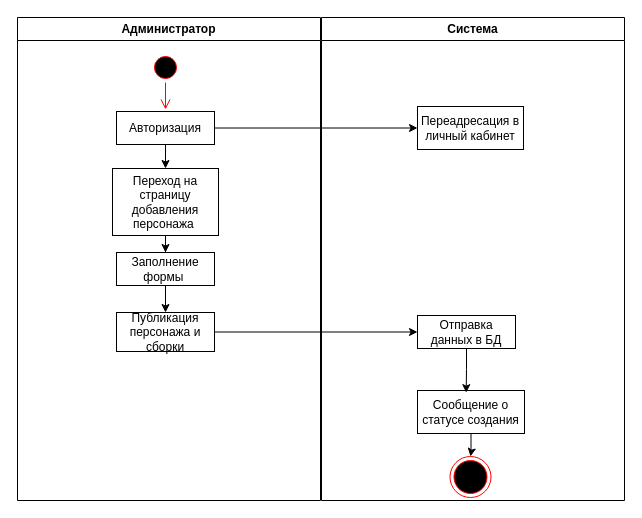
Earlier version of the draw.io diagram Деятельности.drawio (Tunez666/hsr). Source tidied: cells renumbered, new cells numbered last; positions are measured from the earlier drawing's top-left corner, leaving out a move shared by most shapes. Both pictures are drawn from the tidied source at 100%, with x=0, y=0 at pixel (17, 17).
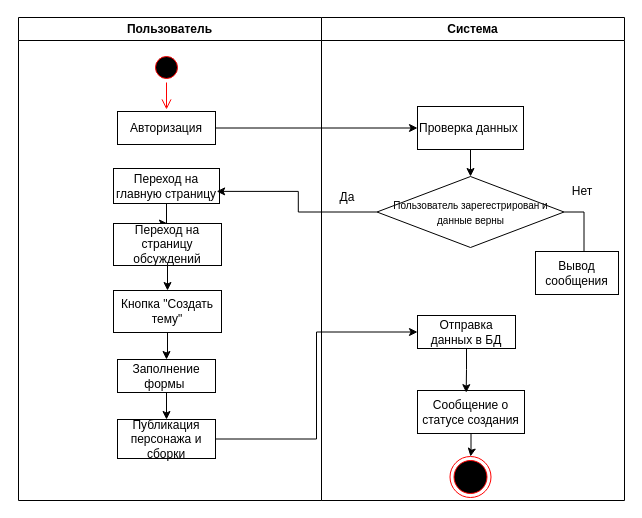
Above is the later version.

The change refers to these unchanged cells:
```xml
<mxCell id="6" value="Авторизация" style="rounded=0;whiteSpace=wrap;html=1;" parent="2" vertex="1">
  <mxGeometry x="99" y="94" width="98" height="33" as="geometry" />
</mxCell>
<mxCell id="12" value="Система" style="swimlane;whiteSpace=wrap;html=1;" parent="1" vertex="1">
  <mxGeometry x="304" width="303" height="483" as="geometry" />
</mxCell>
```

Diff of the diagram source:
```diff
@@
-    <mxCell id="2" value="Администратор" style="swimlane;whiteSpace=wrap;html=1;" parent="1" vertex="1">
-      <mxGeometry width="303" height="483" as="geometry" />
+    <mxCell id="2" value="Пользователь" style="swimlane;whiteSpace=wrap;html=1;" parent="1" vertex="1">
+      <mxGeometry x="1" width="303" height="483" as="geometry" />
     </mxCell>
@@
-    <mxCell id="5" style="edgeStyle=orthogonalEdgeStyle;rounded=0;jettySize=auto;html=1;entryX=0.5;entryY=0;entryDx=0;entryDy=0;" parent="2" edge="1" source="6" target="8">
-      <mxGeometry relative="1" as="geometry" />
-    </mxCell>
@@
-    <mxCell id="7" style="edgeStyle=orthogonalEdgeStyle;rounded=0;jettySize=auto;html=1;" parent="2" edge="1" source="8" target="10">
-      <mxGeometry relative="1" as="geometry" />
-    </mxCell>
+    <mxCell id="21" style="edgeStyle=orthogonalEdgeStyle;rounded=0;jettySize=auto;html=1;entryX=0.5;entryY=0;entryDx=0;entryDy=0;" parent="2" edge="1" source="8" target="23">
+      <mxGeometry relative="1" as="geometry" />
+    </mxCell>
-    <mxCell id="8" value="Переход на страницу добавления персонажа&amp;nbsp;" style="rounded=0;whiteSpace=wrap;html=1;" parent="2" vertex="1">
-      <mxGeometry x="95" y="151" width="106" height="67" as="geometry" />
+    <mxCell id="8" value="Переход на главную страницу" style="rounded=0;whiteSpace=wrap;html=1;" parent="2" vertex="1">
+      <mxGeometry x="95" y="151" width="106" height="35" as="geometry" />
     </mxCell>
@@
     <mxCell id="10" value="Заполнение формы&amp;nbsp;" style="rounded=0;whiteSpace=wrap;html=1;" parent="2" vertex="1">
-      <mxGeometry x="99" y="235" width="98" height="33" as="geometry" />
+      <mxGeometry x="99" y="342" width="98" height="33" as="geometry" />
     </mxCell>
     <mxCell id="11" value="Публикация персонажа и сборки" style="rounded=0;whiteSpace=wrap;html=1;" parent="2" vertex="1">
-      <mxGeometry x="99" y="295" width="98" height="39" as="geometry" />
+      <mxGeometry x="99" y="402" width="98" height="39" as="geometry" />
     </mxCell>
+    <mxCell id="22" style="edgeStyle=orthogonalEdgeStyle;rounded=0;jettySize=auto;html=1;entryX=0.5;entryY=0;entryDx=0;entryDy=0;" parent="2" edge="1" source="23" target="25">
+      <mxGeometry relative="1" as="geometry" />
+    </mxCell>
+    <mxCell id="23" value="Переход на страницу обсуждений" style="rounded=0;whiteSpace=wrap;html=1;" parent="2" vertex="1">
+      <mxGeometry x="95" y="206" width="108" height="42" as="geometry" />
+    </mxCell>
+    <mxCell id="24" style="edgeStyle=orthogonalEdgeStyle;rounded=0;jettySize=auto;html=1;entryX=0.5;entryY=0;entryDx=0;entryDy=0;" parent="2" edge="1" source="25" target="10">
+      <mxGeometry relative="1" as="geometry" />
+    </mxCell>
+    <mxCell id="25" value="Кнопка &quot;Создать тему&quot;" style="rounded=0;whiteSpace=wrap;html=1;" parent="2" vertex="1">
+      <mxGeometry x="95" y="273" width="108" height="42" as="geometry" />
+    </mxCell>
@@
+    <mxCell id="26" style="edgeStyle=orthogonalEdgeStyle;rounded=0;jettySize=auto;html=1;exitX=0.5;exitY=1;exitDx=0;exitDy=0;entryX=0.5;entryY=0;entryDx=0;entryDy=0;" parent="12" edge="1" source="13" target="28">
+      <mxGeometry relative="1" as="geometry" />
+    </mxCell>
-    <mxCell id="13" value="Переадресация в личный кабинет" style="rounded=0;whiteSpace=wrap;html=1;" parent="12" vertex="1">
+    <mxCell id="13" value="Проверка данных&amp;nbsp;" style="rounded=0;whiteSpace=wrap;html=1;" parent="12" vertex="1">
       <mxGeometry x="96" y="89" width="106" height="43" as="geometry" />
     </mxCell>
@@
+    <mxCell id="27" style="edgeStyle=orthogonalEdgeStyle;rounded=0;jettySize=auto;html=1;entryX=0.5;entryY=0;entryDx=0;entryDy=0;exitX=1;exitY=0.5;exitDx=0;exitDy=0;" parent="12" edge="1" source="28" target="29">
+      <mxGeometry relative="1" as="geometry" />
+    </mxCell>
+    <mxCell id="28" value="&lt;font style=&quot;font-size: 10px;&quot;&gt;Пользователь зарегестрирован и данные верны&lt;/font&gt;" style="rhombus;whiteSpace=wrap;html=1;" parent="12" vertex="1">
+      <mxGeometry x="55.5" y="159" width="187" height="71" as="geometry" />
+    </mxCell>
+    <mxCell id="29" value="Вывод сообщения" style="rounded=0;whiteSpace=wrap;html=1;" parent="12" vertex="1">
+      <mxGeometry x="214" y="234" width="83" height="43" as="geometry" />
+    </mxCell>
+    <mxCell id="30" value="Нет" style="text;html=1;whiteSpace=wrap;strokeColor=none;fillColor=none;align=center;verticalAlign=middle;rounded=0;" parent="12" vertex="1">
+      <mxGeometry x="231" y="159" width="60" height="30" as="geometry" />
+    </mxCell>
+    <mxCell id="31" value="Да" style="text;html=1;whiteSpace=wrap;strokeColor=none;fillColor=none;align=center;verticalAlign=middle;rounded=0;" parent="12" vertex="1">
+      <mxGeometry x="-4.5" y="165" width="60" height="30" as="geometry" />
+    </mxCell>
@@
+    <mxCell id="32" style="edgeStyle=orthogonalEdgeStyle;rounded=0;jettySize=auto;html=1;exitX=0;exitY=0.5;exitDx=0;exitDy=0;entryX=0.973;entryY=0.654;entryDx=0;entryDy=0;entryPerimeter=0;" parent="1" edge="1" source="28" target="8">
+      <mxGeometry relative="1" as="geometry" />
+    </mxCell>
```
